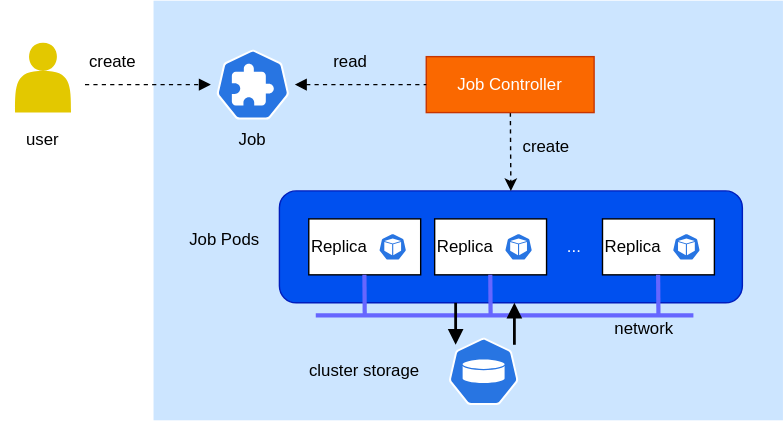
The draw.io diagram src/assets/modules/jobs/jobs.drawio.svg in t9k/user-manuals, before a commit. Source tidied: cells renumbered, new cells last; positions are measured from the earlier drawing's top-left corner, leaving out a move shared by most shapes.
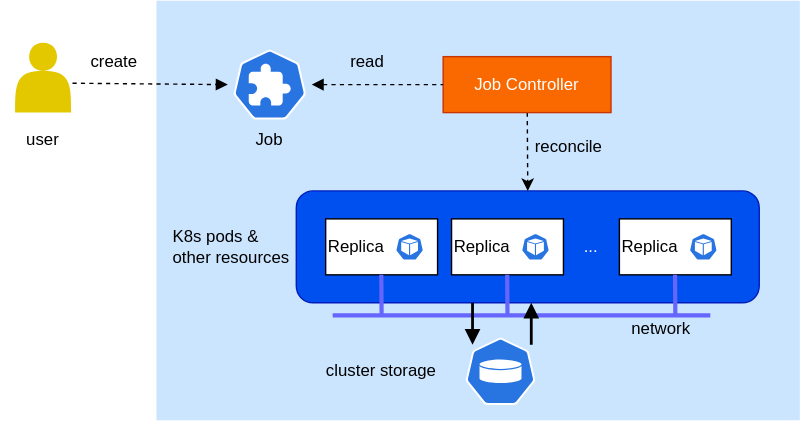
After the commit.

Change to the diagram source:
```diff
@@ -3,7 +3,7 @@
     <mxCell id="0" />
     <mxCell id="1" parent="0" />
     <mxCell id="2" style="rounded=0;whiteSpace=wrap;html=1;strokeColor=none;dashed=1;fillColor=#cce5ff;" parent="1" vertex="1">
-      <mxGeometry x="109" width="450" height="300" as="geometry" />
+      <mxGeometry x="99" width="460" height="300" as="geometry" />
     </mxCell>
     <mxCell id="3" style="rounded=1;whiteSpace=wrap;html=1;fillColor=#0050ef;strokeColor=#001DBC;fontColor=#ffffff;" parent="1" vertex="1">
       <mxGeometry x="199" y="136" width="331" height="80" as="geometry" />
@@ -15,7 +15,7 @@
       <mxGeometry x="304" y="40" width="120" height="40" as="geometry" />
     </mxCell>
     <mxCell id="6" style="shape=actor;whiteSpace=wrap;html=1;fillColor=#e3c800;strokeColor=none;fontColor=#000000;" parent="1" vertex="1">
-      <mxGeometry x="10" y="30" width="40" height="50" as="geometry" />
+      <mxGeometry x="-2" y="30" width="40" height="50" as="geometry" />
     </mxCell>
     <mxCell id="7" style="sketch=0;html=1;dashed=0;whitespace=wrap;fillColor=#2875E2;strokeColor=#ffffff;verticalLabelPosition=bottom;align=center;verticalAlign=top;shape=mxgraph.kubernetes.icon;prIcon=pv;" parent="1" vertex="1">
       <mxGeometry x="320" y="241" width="50" height="48" as="geometry" />
@@ -56,19 +56,17 @@
     <mxCell id="19" value="cluster storage" style="text;html=1;strokeColor=none;fillColor=none;align=center;verticalAlign=middle;whiteSpace=wrap;rounded=0;" parent="1" vertex="1">
       <mxGeometry x="210" y="250" width="100" height="30" as="geometry" />
     </mxCell>
-    <mxCell id="20" value="create" style="text;html=1;strokeColor=none;fillColor=none;align=center;verticalAlign=middle;whiteSpace=wrap;rounded=0;" parent="1" vertex="1">
-      <mxGeometry x="360" y="90" width="60" height="30" as="geometry" />
+    <mxCell id="20" value="reconcile" style="text;html=1;strokeColor=none;fillColor=none;align=center;verticalAlign=middle;whiteSpace=wrap;rounded=0;" parent="1" vertex="1">
+      <mxGeometry x="364" y="90" width="60" height="30" as="geometry" />
     </mxCell>
     <mxCell id="21" value="read" style="text;html=1;strokeColor=none;fillColor=none;align=center;verticalAlign=middle;whiteSpace=wrap;rounded=0;" parent="1" vertex="1">
       <mxGeometry x="220" y="29" width="60" height="30" as="geometry" />
     </mxCell>
-    <mxCell id="22" style="endArrow=block;dashed=1;html=1;strokeWidth=1;entryX=0;entryY=0.5;entryDx=0;entryDy=0;entryPerimeter=0;endFill=1;" parent="1" edge="1" target="9">
-      <mxGeometry relative="1" as="geometry">
-        <mxPoint x="60" y="60" as="sourcePoint" />
-      </mxGeometry>
+    <mxCell id="22" style="endArrow=block;dashed=1;html=1;strokeWidth=1;entryX=0;entryY=0.5;entryDx=0;entryDy=0;entryPerimeter=0;endFill=1;exitX=0;exitY=1;exitDx=0;exitDy=0;" parent="1" edge="1" source="23" target="9">
+      <mxGeometry relative="1" as="geometry" />
     </mxCell>
     <mxCell id="23" value="create" style="text;html=1;strokeColor=none;fillColor=none;align=center;verticalAlign=middle;whiteSpace=wrap;rounded=0;" parent="1" vertex="1">
-      <mxGeometry x="50" y="29" width="60" height="30" as="geometry" />
+      <mxGeometry x="39" y="29" width="60" height="30" as="geometry" />
     </mxCell>
     <mxCell id="24" value="Job" style="text;html=1;strokeColor=none;fillColor=none;align=center;verticalAlign=middle;whiteSpace=wrap;rounded=0;" parent="1" vertex="1">
       <mxGeometry x="155" y="85" width="50" height="30" as="geometry" />
@@ -76,11 +74,11 @@
     <mxCell id="25" value="network" style="text;html=1;strokeColor=none;fillColor=none;align=center;verticalAlign=middle;whiteSpace=wrap;rounded=0;rotation=0;" parent="1" vertex="1">
       <mxGeometry x="430" y="220" width="60" height="30" as="geometry" />
     </mxCell>
-    <mxCell id="26" value="Job Pods" style="text;html=1;strokeColor=none;fillColor=none;align=center;verticalAlign=middle;whiteSpace=wrap;rounded=0;rotation=0;" parent="1" vertex="1">
-      <mxGeometry x="130" y="156" width="60" height="30" as="geometry" />
+    <mxCell id="26" value="K8s pods &amp;amp; other resources" style="text;html=1;strokeColor=none;fillColor=none;align=left;verticalAlign=middle;whiteSpace=wrap;rounded=0;rotation=0;" parent="1" vertex="1">
+      <mxGeometry x="109" y="161" width="90" height="30" as="geometry" />
     </mxCell>
     <mxCell id="27" value="&lt;font color=&quot;#000000&quot;&gt;user&lt;/font&gt;" style="text;html=1;strokeColor=none;fillColor=none;align=center;verticalAlign=middle;whiteSpace=wrap;rounded=0;fontColor=#ffffff;" parent="1" vertex="1">
-      <mxGeometry y="85" width="60" height="30" as="geometry" />
+      <mxGeometry x="-12" y="85" width="60" height="30" as="geometry" />
     </mxCell>
     <mxCell id="28" value="&lt;font color=&quot;#ffffff&quot;&gt;...&lt;/font&gt;" style="text;html=1;strokeColor=none;fillColor=none;align=center;verticalAlign=middle;whiteSpace=wrap;rounded=0;fontColor=#000000;" parent="1" vertex="1">
       <mxGeometry x="390" y="161" width="40" height="30" as="geometry" />
```
